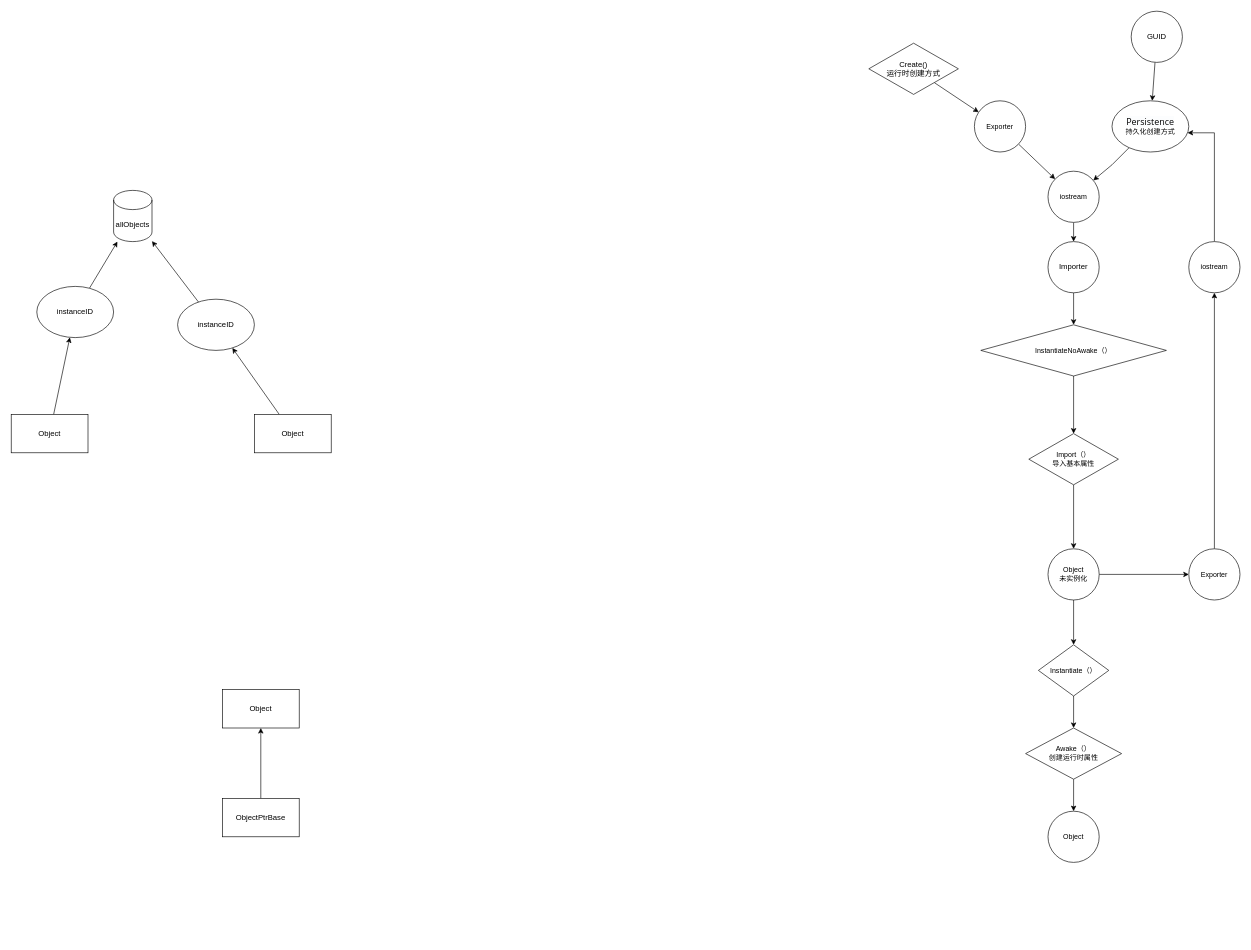
The draw.io diagram BDXKEngine.drawio in BDFFZI/BDXKEngine, before the edit. Source tidied: cells renumbered, new cells numbered last; positions are measured from the earlier drawing's top-left corner, leaving out a move shared by most shapes. Both pictures are drawn from the tidied source at 64%, with x=0, y=0 at pixel (11, 11).
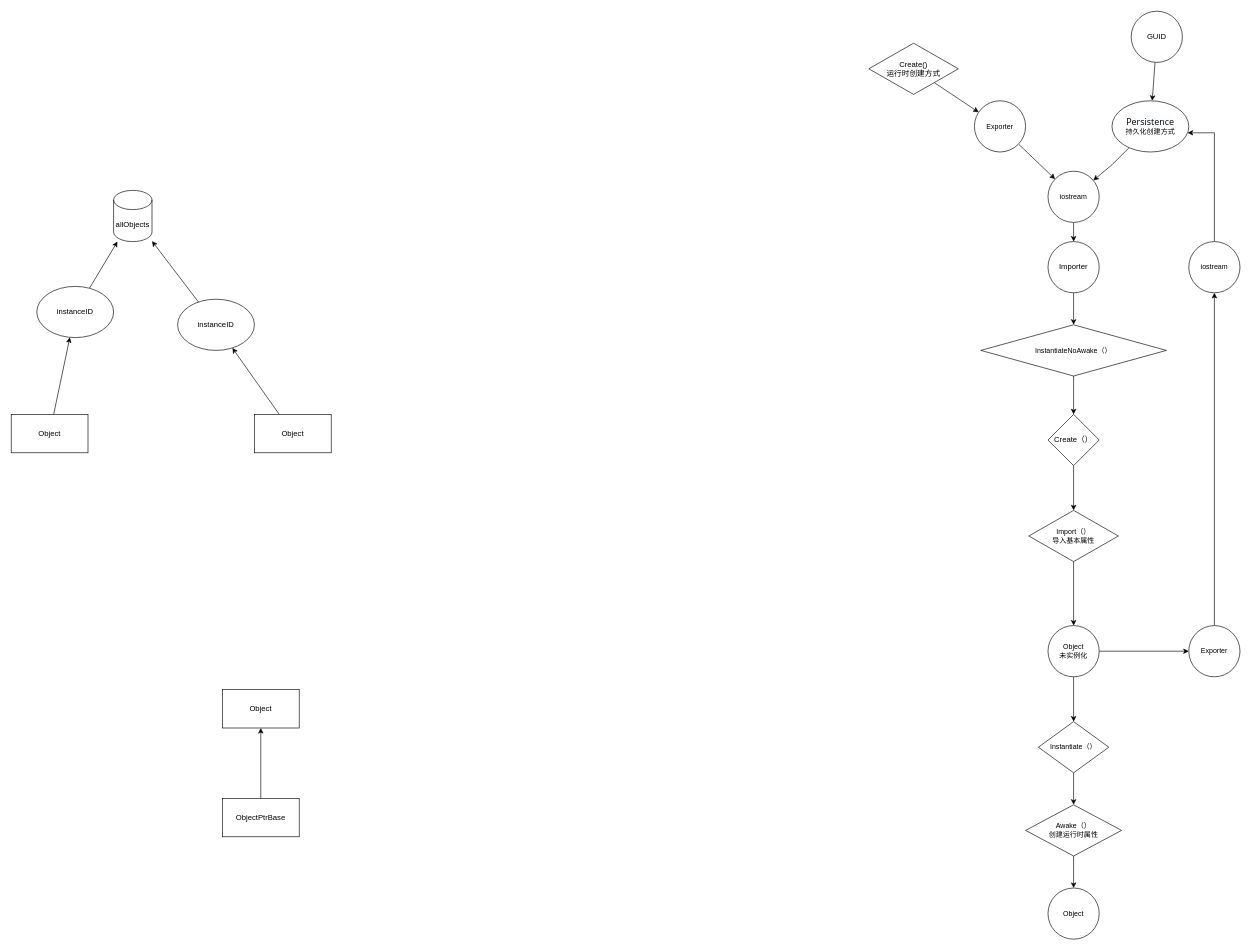
Above is the later version.

Unchanged cells that the change refers to:
```xml
<mxCell id="22" value="&lt;span style=&quot;font-size: 11px;&quot;&gt;InstantiateNoAwake（）&lt;/span&gt;" style="rhombus;whiteSpace=wrap;html=1;fontFamily=Helvetica;fontSize=11;fontColor=#000000;" parent="1" vertex="1">
  <mxGeometry x="1515" y="490" width="290" height="80" as="geometry" />
</mxCell>
```

Change to the diagram source:
```diff
@@
-    <mxCell id="21" style="edgeStyle=none;shape=connector;rounded=0;jettySize=auto;html=1;labelBackgroundColor=default;strokeColor=default;fontFamily=Helvetica;fontSize=11;fontColor=#000000;endArrow=classic;" parent="1" edge="1" source="22" target="36">
+    <mxCell id="21" style="edgeStyle=none;shape=connector;rounded=0;jettySize=auto;html=1;labelBackgroundColor=default;strokeColor=default;fontFamily=Helvetica;fontSize=11;fontColor=#000000;endArrow=classic;" parent="1" edge="1" source="22" target="43">
       <mxGeometry relative="1" as="geometry" />
     </mxCell>
@@
     <mxCell id="25" value="Object&lt;br&gt;未实例化" style="ellipse;whiteSpace=wrap;html=1;fontFamily=Helvetica;fontSize=11;fontColor=#000000;" parent="1" vertex="1">
-      <mxGeometry x="1620" y="840" width="80" height="80" as="geometry" />
+      <mxGeometry x="1620" y="960" width="80" height="80" as="geometry" />
     </mxCell>
@@
     <mxCell id="27" value="&lt;span style=&quot;font-size: 11px;&quot;&gt;Instantiate（）&lt;/span&gt;" style="rhombus;whiteSpace=wrap;html=1;fontFamily=Helvetica;fontSize=11;fontColor=#000000;" parent="1" vertex="1">
-      <mxGeometry x="1605" y="990" width="110" height="80" as="geometry" />
+      <mxGeometry x="1605" y="1110" width="110" height="80" as="geometry" />
     </mxCell>
     <mxCell id="28" value="Object" style="ellipse;whiteSpace=wrap;html=1;fontFamily=Helvetica;fontSize=11;fontColor=#000000;" parent="1" vertex="1">
-      <mxGeometry x="1620" y="1250" width="80" height="80" as="geometry" />
+      <mxGeometry x="1620" y="1370" width="80" height="80" as="geometry" />
     </mxCell>
@@
     <mxCell id="32" value="Exporter" style="ellipse;whiteSpace=wrap;html=1;fontFamily=Helvetica;fontSize=11;fontColor=#000000;" parent="1" vertex="1">
-      <mxGeometry x="1840" y="840" width="80" height="80" as="geometry" />
+      <mxGeometry x="1840" y="960" width="80" height="80" as="geometry" />
     </mxCell>
@@
     <mxCell id="36" value="Import（）&lt;br&gt;导入基本属性" style="rhombus;whiteSpace=wrap;html=1;fontFamily=Helvetica;fontSize=11;fontColor=#000000;" parent="1" vertex="1">
-      <mxGeometry x="1590" y="660" width="140" height="80" as="geometry" />
+      <mxGeometry x="1590" y="780" width="140" height="80" as="geometry" />
     </mxCell>
@@
     <mxCell id="38" value="Awake（）&lt;br&gt;创建运行时属性" style="rhombus;whiteSpace=wrap;html=1;fontFamily=Helvetica;fontSize=11;fontColor=#000000;" parent="1" vertex="1">
-      <mxGeometry x="1585" y="1120" width="150" height="80" as="geometry" />
+      <mxGeometry x="1585" y="1240" width="150" height="80" as="geometry" />
     </mxCell>
@@
+    <mxCell id="42" style="edgeStyle=orthogonalEdgeStyle;rounded=0;jettySize=auto;html=1;" parent="1" edge="1" source="43" target="36">
+      <mxGeometry relative="1" as="geometry" />
+    </mxCell>
+    <mxCell id="43" value="Create（）" style="rhombus;whiteSpace=wrap;html=1;" parent="1" vertex="1">
+      <mxGeometry x="1620" y="630" width="80" height="80" as="geometry" />
+    </mxCell>
```
